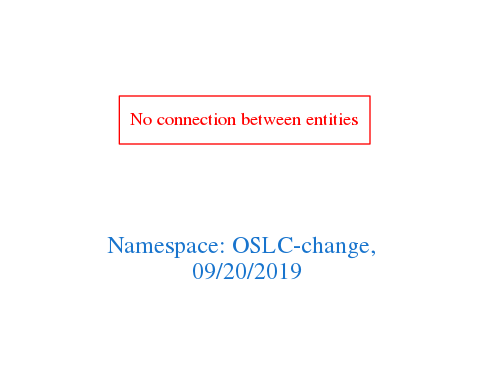
Above: downloads/OSLC-change.png in arago/OGIT (Graphviz), before the change. Its source is kept beside it as downloads/OSLC-change.dot.
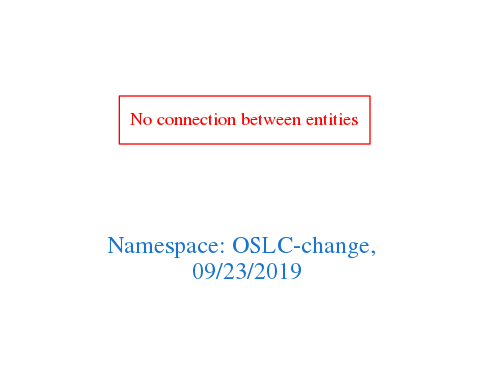
Later version of the same file.

Change to the diagram source:
```diff
@@ -1,7 +1,7 @@
 digraph OGIT_ontology {
  graph [ rankdir= LR,pad=1
 fontsize = 18,
-fontcolor= dodgerblue3,label = "\n\n\nNamespace: OSLC-change, \n 09/20/2019"];
+fontcolor= dodgerblue3,label = "\n\n\nNamespace: OSLC-change, \n 09/23/2019"];
 node[shape=polygon];
 edge [  color="gray81"];
 
```
